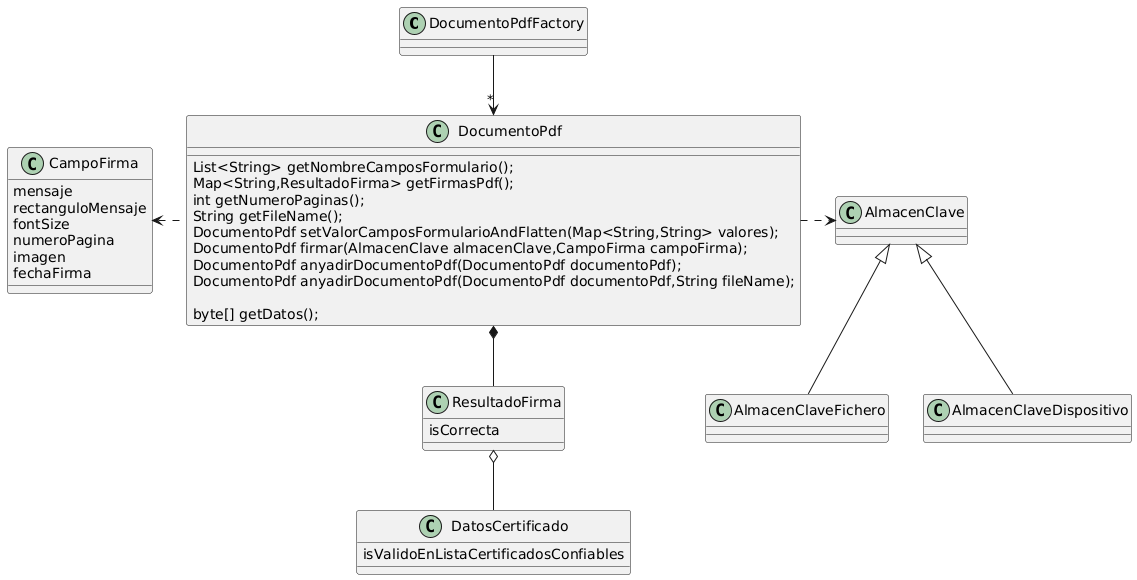
This is src/main/java/com/educaflow/base/infrastructure/pdf/pdf.png from educaflow/secretaria-virtual, a PlantUML export, as it was before one commit.
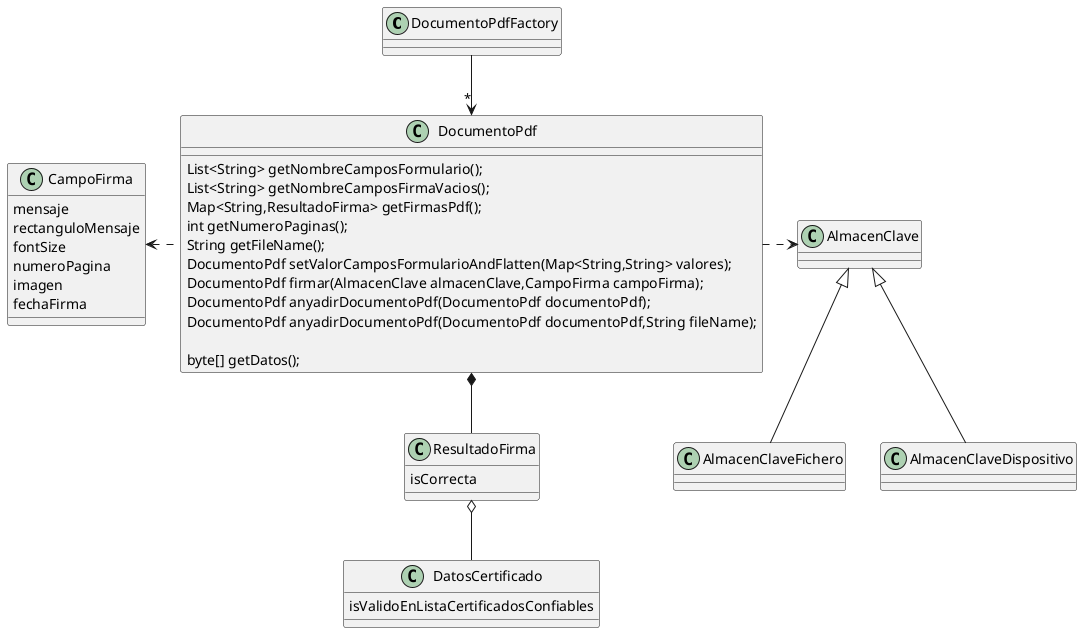
After the change.

Change to the diagram source:
```diff
@@ -12,6 +12,7 @@
 
 class DocumentoPdf {
     List<String> getNombreCamposFormulario();
+    List<String> getNombreCamposFirmaVacios();
     Map<String,ResultadoFirma> getFirmasPdf();
     int getNumeroPaginas();
     String getFileName();
```
